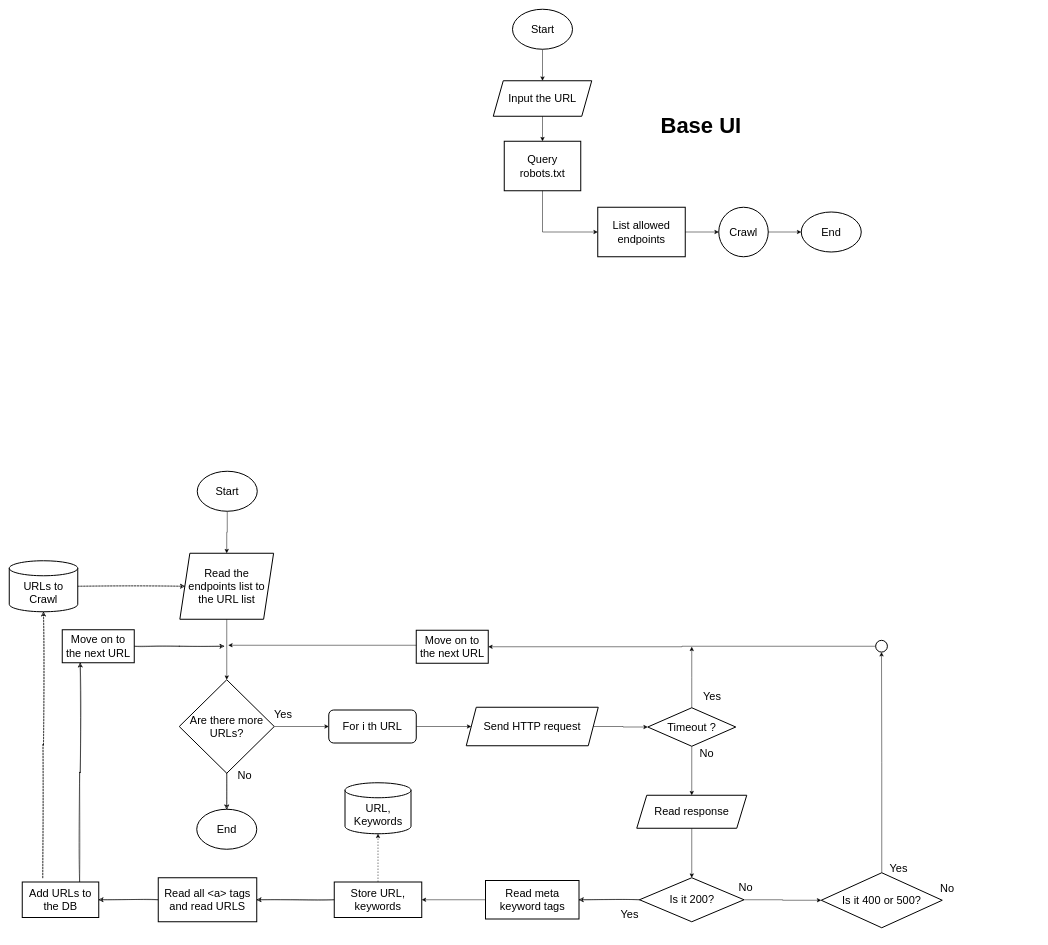
Above: sketches/base flows.drawio in Altier-Tech/creepy-crawly (draw.io), before the change. Source tidied: cells renumbered, new cells numbered last; positions are measured from the earlier drawing's top-left corner, leaving out a move shared by most shapes. Both pictures are drawn from the tidied source at 50%, with x=0, y=0 at pixel (9, 9).
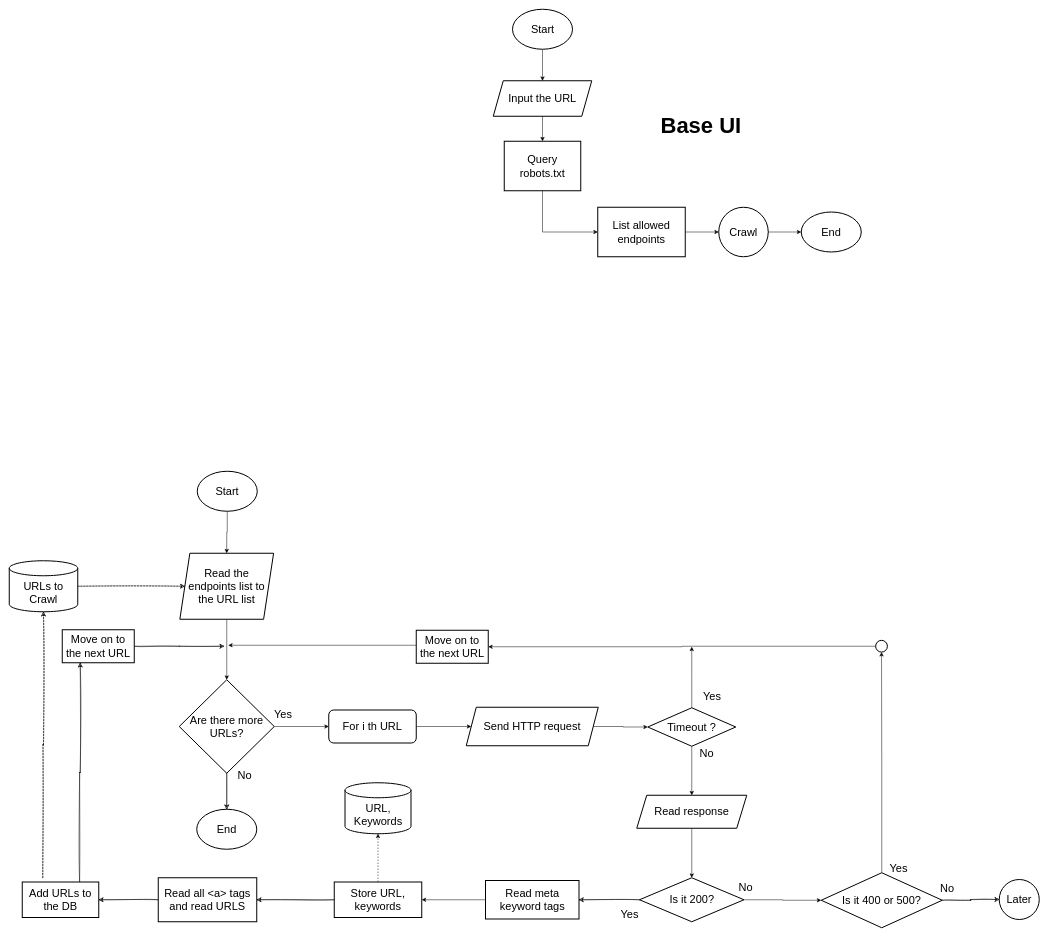
The same page after the edit.

The change refers to these unchanged cells:
```xml
<mxCell id="46" value="Is it 400 or 500?" style="rhombus;whiteSpace=wrap;html=1;strokeWidth=2;fontSize=22;" parent="45" vertex="1">
  <mxGeometry x="-16" y="-10" width="242" height="110" as="geometry" />
</mxCell>
```

What changed in the source:
```diff
@@
+    <mxCell id="72" value="Later" style="ellipse;whiteSpace=wrap;html=1;strokeWidth=2;fontSize=22;" parent="1" vertex="1">
+      <mxGeometry x="1980" y="1740.5" width="80" height="80" as="geometry" />
+    </mxCell>
+    <mxCell id="73" style="edgeStyle=orthogonalEdgeStyle;rounded=0;sketch=1;jettySize=auto;html=1;entryX=0;entryY=0.5;entryDx=0;entryDy=0;strokeColor=default;fontSize=22;" parent="1" edge="1" source="46" target="72">
+      <mxGeometry relative="1" as="geometry" />
+    </mxCell>
```
